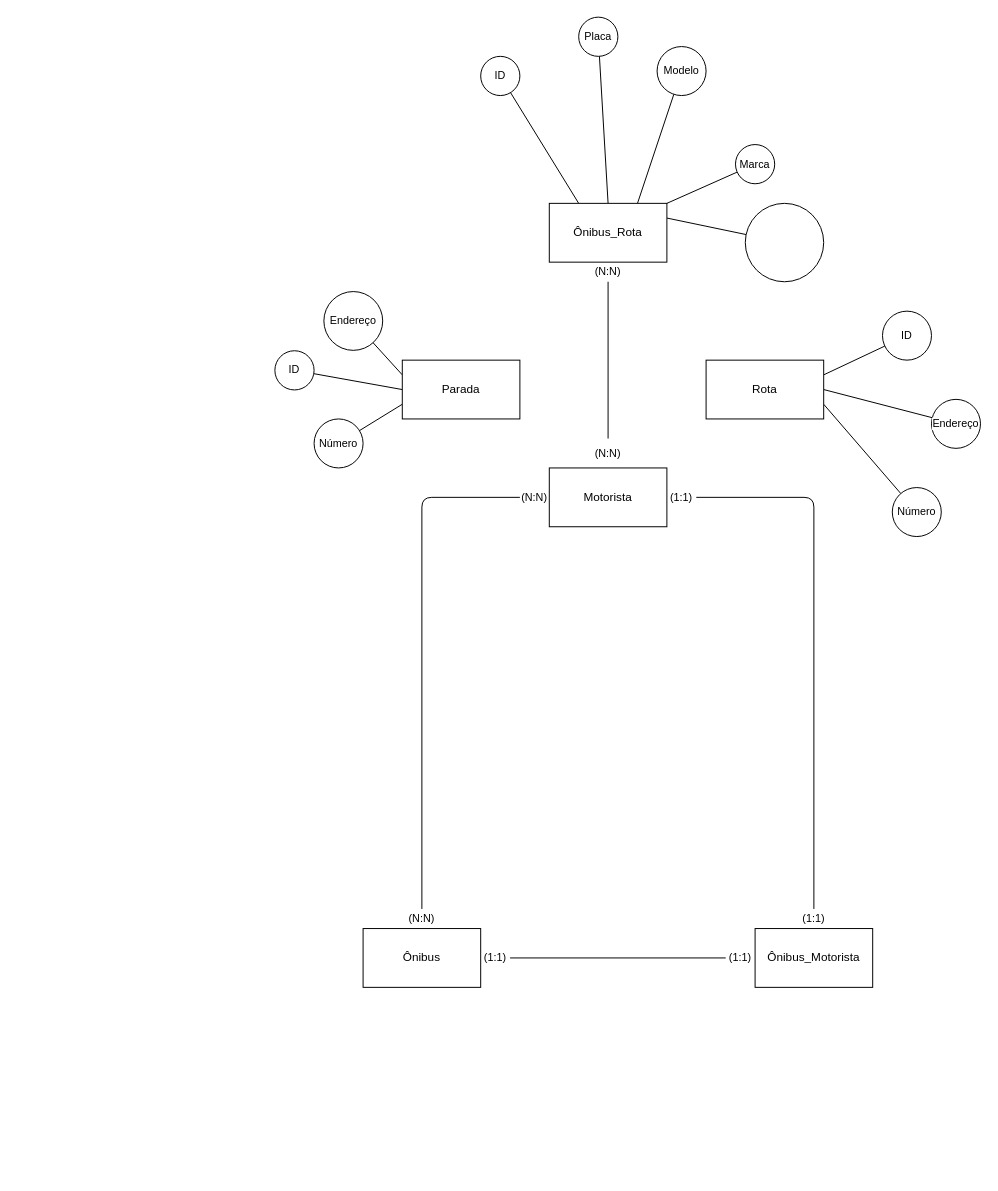
The draw.io diagram page "Sistema de Gestão de Transporte Público" (2 of 2) of BD/Exercicios_DER/exercicios_DER_3.drawio in marcel-aita/DEVNOITE, before the edit. Source tidied: cells renumbered, new cells numbered last; positions are measured from the earlier drawing's top-left corner, leaving out a move shared by most shapes. Both pictures are drawn from the tidied source at 98%, with x=0, y=0 at pixel (274, 17).
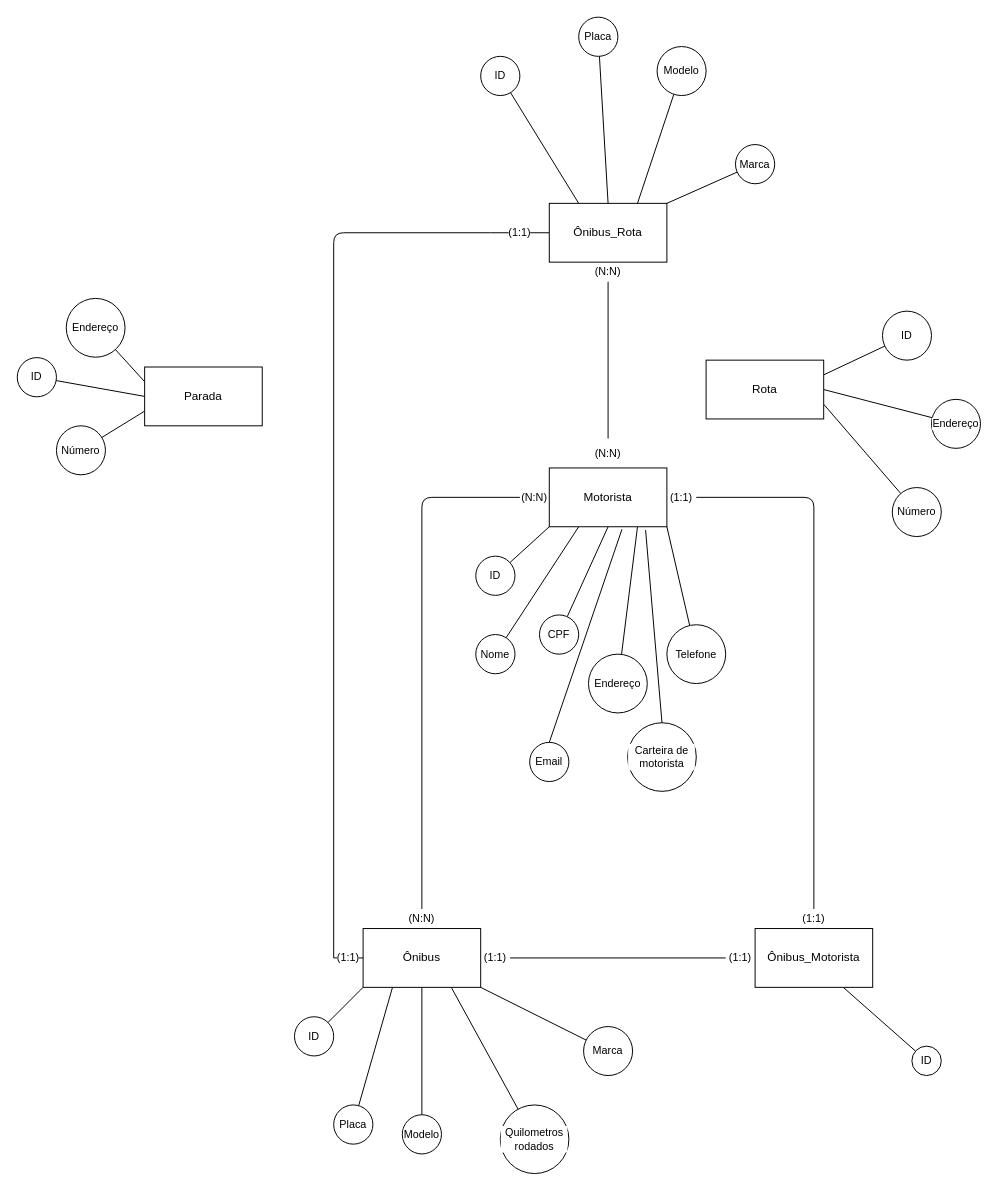
After the change.

Unchanged cells that the change refers to:
```xml
<mxCell id="5" value="Motorista" style="rounded=0;whiteSpace=wrap;html=1;" parent="1" vertex="1">
  <mxGeometry x="280" y="460" width="120" height="60" as="geometry" />
</mxCell>
<mxCell id="7" value="Ônibus" style="rounded=0;whiteSpace=wrap;html=1;" parent="1" vertex="1">
  <mxGeometry x="90" y="930" width="120" height="60" as="geometry" />
</mxCell>
<mxCell id="8" value="Ônibus_Motorista" style="rounded=0;whiteSpace=wrap;html=1;" parent="1" vertex="1">
  <mxGeometry x="490" y="930" width="120" height="60" as="geometry" />
</mxCell>
<mxCell id="18" value="Ônibus_Rota" style="rounded=0;whiteSpace=wrap;html=1;" parent="1" vertex="1">
  <mxGeometry x="280" y="190" width="120" height="60" as="geometry" />
</mxCell>
<mxCell id="24" value="(N:N)" style="text;html=1;align=center;verticalAlign=middle;whiteSpace=wrap;rounded=0;fontFamily=Helvetica;fontSize=11;fontColor=default;labelBackgroundColor=default;" parent="1" vertex="1">
  <mxGeometry x="250" y="475" width="30" height="30" as="geometry" />
</mxCell>
```

The edit, as a diff of the source:
```diff
@@
+    <mxCell id="50" style="edgeStyle=none;shape=connector;rounded=1;html=1;exitX=0;exitY=1;exitDx=0;exitDy=0;strokeColor=default;align=center;verticalAlign=middle;fontFamily=Helvetica;fontSize=11;fontColor=default;labelBackgroundColor=default;endArrow=none;endFill=0;" parent="1" edge="1" source="5" target="71">
+      <mxGeometry relative="1" as="geometry" />
+    </mxCell>
+    <mxCell id="51" style="edgeStyle=none;shape=connector;rounded=1;html=1;exitX=0.25;exitY=1;exitDx=0;exitDy=0;strokeColor=default;align=center;verticalAlign=middle;fontFamily=Helvetica;fontSize=11;fontColor=default;labelBackgroundColor=default;endArrow=none;endFill=0;" parent="1" edge="1" source="5" target="72">
+      <mxGeometry relative="1" as="geometry" />
+    </mxCell>
+    <mxCell id="52" style="edgeStyle=none;shape=connector;rounded=1;html=1;exitX=0.5;exitY=1;exitDx=0;exitDy=0;strokeColor=default;align=center;verticalAlign=middle;fontFamily=Helvetica;fontSize=11;fontColor=default;labelBackgroundColor=default;endArrow=none;endFill=0;" parent="1" edge="1" source="5" target="73">
+      <mxGeometry relative="1" as="geometry" />
+    </mxCell>
+    <mxCell id="53" style="edgeStyle=none;shape=connector;rounded=1;html=1;exitX=0.75;exitY=1;exitDx=0;exitDy=0;strokeColor=default;align=center;verticalAlign=middle;fontFamily=Helvetica;fontSize=11;fontColor=default;labelBackgroundColor=default;endArrow=none;endFill=0;" parent="1" edge="1" source="5" target="74">
+      <mxGeometry relative="1" as="geometry" />
+    </mxCell>
+    <mxCell id="54" style="edgeStyle=none;shape=connector;rounded=1;html=1;exitX=1;exitY=1;exitDx=0;exitDy=0;strokeColor=default;align=center;verticalAlign=middle;fontFamily=Helvetica;fontSize=11;fontColor=default;labelBackgroundColor=default;endArrow=none;endFill=0;" parent="1" edge="1" source="5" target="75">
+      <mxGeometry relative="1" as="geometry" />
+    </mxCell>
@@
+    <mxCell id="55" style="edgeStyle=none;shape=connector;rounded=1;html=1;exitX=0;exitY=1;exitDx=0;exitDy=0;strokeColor=default;align=center;verticalAlign=middle;fontFamily=Helvetica;fontSize=11;fontColor=default;labelBackgroundColor=default;endArrow=none;endFill=0;" parent="1" edge="1" source="7" target="62">
+      <mxGeometry relative="1" as="geometry" />
+    </mxCell>
+    <mxCell id="56" style="edgeStyle=none;shape=connector;rounded=1;html=1;exitX=0.25;exitY=1;exitDx=0;exitDy=0;strokeColor=default;align=center;verticalAlign=middle;fontFamily=Helvetica;fontSize=11;fontColor=default;labelBackgroundColor=default;endArrow=none;endFill=0;" parent="1" edge="1" source="7" target="63">
+      <mxGeometry relative="1" as="geometry" />
+    </mxCell>
+    <mxCell id="57" style="edgeStyle=none;shape=connector;rounded=1;html=1;exitX=0.5;exitY=1;exitDx=0;exitDy=0;strokeColor=default;align=center;verticalAlign=middle;fontFamily=Helvetica;fontSize=11;fontColor=default;labelBackgroundColor=default;endArrow=none;endFill=0;" parent="1" edge="1" source="7" target="64">
+      <mxGeometry relative="1" as="geometry" />
+    </mxCell>
+    <mxCell id="58" style="edgeStyle=none;shape=connector;rounded=1;html=1;exitX=1;exitY=1;exitDx=0;exitDy=0;strokeColor=default;align=center;verticalAlign=middle;fontFamily=Helvetica;fontSize=11;fontColor=default;labelBackgroundColor=default;endArrow=none;endFill=0;" parent="1" edge="1" source="7" target="65">
+      <mxGeometry relative="1" as="geometry" />
+    </mxCell>
+    <mxCell id="59" style="edgeStyle=none;shape=connector;rounded=1;html=1;exitX=0.75;exitY=1;exitDx=0;exitDy=0;strokeColor=default;align=center;verticalAlign=middle;fontFamily=Helvetica;fontSize=11;fontColor=default;labelBackgroundColor=default;endArrow=none;endFill=0;" parent="1" edge="1" source="7" target="66">
+      <mxGeometry relative="1" as="geometry" />
+    </mxCell>
+    <mxCell id="60" style="edgeStyle=none;shape=connector;rounded=1;html=1;exitX=0;exitY=0.5;exitDx=0;exitDy=0;entryX=0;entryY=0.5;entryDx=0;entryDy=0;strokeColor=default;align=center;verticalAlign=middle;fontFamily=Helvetica;fontSize=11;fontColor=default;labelBackgroundColor=default;endArrow=none;endFill=0;" parent="1" edge="1" source="70" target="18">
+      <mxGeometry relative="1" as="geometry" />
+    </mxCell>
@@
+    <mxCell id="61" style="edgeStyle=none;shape=connector;rounded=1;html=1;exitX=0.75;exitY=1;exitDx=0;exitDy=0;strokeColor=default;align=center;verticalAlign=middle;fontFamily=Helvetica;fontSize=11;fontColor=default;labelBackgroundColor=default;endArrow=none;endFill=0;" parent="1" edge="1" source="8" target="80">
+      <mxGeometry relative="1" as="geometry" />
+    </mxCell>
@@
-    <mxCell id="17" style="edgeStyle=none;shape=connector;rounded=1;html=1;exitX=1;exitY=0.25;exitDx=0;exitDy=0;strokeColor=default;align=center;verticalAlign=middle;fontFamily=Helvetica;fontSize=11;fontColor=default;labelBackgroundColor=default;endArrow=none;endFill=0;" parent="1" edge="1" source="18" target="49">
-      <mxGeometry relative="1" as="geometry" />
-    </mxCell>
@@
     <mxCell id="22" value="Parada" style="rounded=0;whiteSpace=wrap;html=1;" parent="1" vertex="1">
-      <mxGeometry x="130" y="350" width="120" height="60" as="geometry" />
+      <mxGeometry x="-132.9" y="357" width="120" height="60" as="geometry" />
     </mxCell>
-    <mxCell id="23" style="edgeStyle=none;shape=connector;rounded=1;html=1;exitX=0;exitY=0.5;exitDx=0;exitDy=0;entryX=1;entryY=0.5;entryDx=0;entryDy=0;strokeColor=default;align=center;verticalAlign=middle;fontFamily=Helvetica;fontSize=11;fontColor=default;labelBackgroundColor=default;endArrow=none;endFill=0;" parent="1" edge="1" source="5" target="24">
-      <mxGeometry relative="1" as="geometry" />
+    <mxCell id="23" style="edgeStyle=none;shape=connector;rounded=1;html=1;exitX=0;exitY=0.5;exitDx=0;exitDy=0;entryX=1;entryY=0.5;entryDx=0;entryDy=0;strokeColor=default;align=center;verticalAlign=middle;fontFamily=Helvetica;fontSize=11;fontColor=default;labelBackgroundColor=default;endArrow=none;endFill=0;" parent="1" edge="1">
+      <mxGeometry relative="1" as="geometry">
+        <mxPoint x="17.1" y="497" as="sourcePoint" />
+        <mxPoint x="17.1" y="497" as="targetPoint" />
+      </mxGeometry>
     </mxCell>
@@
     <mxCell id="39" value="ID" style="ellipse;whiteSpace=wrap;html=1;fontFamily=Helvetica;fontSize=11;fontColor=default;labelBackgroundColor=default;" parent="1" vertex="1">
-      <mxGeometry y="340.4" width="40" height="40" as="geometry" />
+      <mxGeometry x="-262.9" y="347.4" width="40" height="40" as="geometry" />
     </mxCell>
     <mxCell id="40" value="Endereço" style="ellipse;whiteSpace=wrap;html=1;fontFamily=Helvetica;fontSize=11;fontColor=default;labelBackgroundColor=default;" parent="1" vertex="1">
-      <mxGeometry x="50" y="280" width="60" height="60" as="geometry" />
+      <mxGeometry x="-212.9" y="287" width="60" height="60" as="geometry" />
     </mxCell>
     <mxCell id="41" value="Número" style="ellipse;whiteSpace=wrap;html=1;fontFamily=Helvetica;fontSize=11;fontColor=default;labelBackgroundColor=default;" parent="1" vertex="1">
-      <mxGeometry x="40" y="410" width="50" height="50" as="geometry" />
+      <mxGeometry x="-222.9" y="417" width="50" height="50" as="geometry" />
     </mxCell>
@@
-    <mxCell id="49" style="ellipse;whiteSpace=wrap;html=1;fontFamily=Helvetica;fontSize=11;fontColor=default;labelBackgroundColor=default;" parent="1" vertex="1">
-      <mxGeometry x="480" y="190" width="80" height="80" as="geometry" />
-    </mxCell>
+    <mxCell id="62" value="ID" style="ellipse;whiteSpace=wrap;html=1;fontFamily=Helvetica;fontSize=11;fontColor=default;labelBackgroundColor=default;" parent="1" vertex="1">
+      <mxGeometry x="20" y="1020" width="40" height="40" as="geometry" />
+    </mxCell>
+    <mxCell id="63" value="Placa" style="ellipse;whiteSpace=wrap;html=1;fontFamily=Helvetica;fontSize=11;fontColor=default;labelBackgroundColor=default;" parent="1" vertex="1">
+      <mxGeometry x="60" y="1110" width="40" height="40" as="geometry" />
+    </mxCell>
+    <mxCell id="64" value="Modelo" style="ellipse;whiteSpace=wrap;html=1;fontFamily=Helvetica;fontSize=11;fontColor=default;labelBackgroundColor=default;" parent="1" vertex="1">
+      <mxGeometry x="130" y="1120" width="40" height="40" as="geometry" />
+    </mxCell>
+    <mxCell id="65" value="Marca" style="ellipse;whiteSpace=wrap;html=1;fontFamily=Helvetica;fontSize=11;fontColor=default;labelBackgroundColor=default;" parent="1" vertex="1">
+      <mxGeometry x="315" y="1030" width="50" height="50" as="geometry" />
+    </mxCell>
+    <mxCell id="66" value="Quilometros rodados" style="ellipse;whiteSpace=wrap;html=1;fontFamily=Helvetica;fontSize=11;fontColor=default;labelBackgroundColor=default;" parent="1" vertex="1">
+      <mxGeometry x="230" y="1110" width="70" height="70" as="geometry" />
+    </mxCell>
+    <mxCell id="67" style="edgeStyle=none;shape=connector;rounded=1;html=1;exitX=0;exitY=0.5;exitDx=0;exitDy=0;entryX=0;entryY=0.5;entryDx=0;entryDy=0;strokeColor=default;align=center;verticalAlign=middle;fontFamily=Helvetica;fontSize=11;fontColor=default;labelBackgroundColor=default;endArrow=none;endFill=0;" parent="1" edge="1" source="7" target="68">
+      <mxGeometry relative="1" as="geometry" />
+    </mxCell>
+    <mxCell id="68" value="(1:1)" style="text;html=1;align=center;verticalAlign=middle;whiteSpace=wrap;rounded=0;fontFamily=Helvetica;fontSize=11;fontColor=default;labelBackgroundColor=default;" parent="1" vertex="1">
+      <mxGeometry x="60" y="945" width="30" height="30" as="geometry" />
+    </mxCell>
+    <mxCell id="69" style="edgeStyle=none;shape=connector;rounded=1;html=1;exitX=0;exitY=0.5;exitDx=0;exitDy=0;entryX=0;entryY=0.5;entryDx=0;entryDy=0;strokeColor=default;align=center;verticalAlign=middle;fontFamily=Helvetica;fontSize=11;fontColor=default;labelBackgroundColor=default;endArrow=none;endFill=0;" parent="1" edge="1" source="68" target="70">
+      <mxGeometry relative="1" as="geometry">
+        <Array as="points">
+          <mxPoint x="60" y="220" />
+        </Array>
+      </mxGeometry>
+    </mxCell>
+    <mxCell id="70" value="(1:1)" style="text;html=1;align=center;verticalAlign=middle;whiteSpace=wrap;rounded=0;fontFamily=Helvetica;fontSize=11;fontColor=default;labelBackgroundColor=default;" parent="1" vertex="1">
+      <mxGeometry x="220" y="205" width="60" height="30" as="geometry" />
+    </mxCell>
+    <mxCell id="71" value="ID" style="ellipse;whiteSpace=wrap;html=1;fontFamily=Helvetica;fontSize=11;fontColor=default;labelBackgroundColor=default;" parent="1" vertex="1">
+      <mxGeometry x="205" y="550" width="40" height="40" as="geometry" />
+    </mxCell>
+    <mxCell id="72" value="Nome" style="ellipse;whiteSpace=wrap;html=1;fontFamily=Helvetica;fontSize=11;fontColor=default;labelBackgroundColor=default;" parent="1" vertex="1">
+      <mxGeometry x="205" y="630" width="40" height="40" as="geometry" />
+    </mxCell>
+    <mxCell id="73" value="CPF" style="ellipse;whiteSpace=wrap;html=1;fontFamily=Helvetica;fontSize=11;fontColor=default;labelBackgroundColor=default;" parent="1" vertex="1">
+      <mxGeometry x="270" y="610" width="40" height="40" as="geometry" />
+    </mxCell>
+    <mxCell id="74" value="Endereço" style="ellipse;whiteSpace=wrap;html=1;fontFamily=Helvetica;fontSize=11;fontColor=default;labelBackgroundColor=default;" parent="1" vertex="1">
+      <mxGeometry x="320" y="650" width="60" height="60" as="geometry" />
+    </mxCell>
+    <mxCell id="75" value="Telefone" style="ellipse;whiteSpace=wrap;html=1;fontFamily=Helvetica;fontSize=11;fontColor=default;labelBackgroundColor=default;" parent="1" vertex="1">
+      <mxGeometry x="400" y="620" width="60" height="60" as="geometry" />
+    </mxCell>
+    <mxCell id="76" value="Email" style="ellipse;whiteSpace=wrap;html=1;fontFamily=Helvetica;fontSize=11;fontColor=default;labelBackgroundColor=default;" parent="1" vertex="1">
+      <mxGeometry x="260" y="740" width="40" height="40" as="geometry" />
+    </mxCell>
+    <mxCell id="77" style="edgeStyle=none;shape=connector;rounded=1;html=1;exitX=0.5;exitY=0;exitDx=0;exitDy=0;entryX=0.618;entryY=1.044;entryDx=0;entryDy=0;entryPerimeter=0;strokeColor=default;align=center;verticalAlign=middle;fontFamily=Helvetica;fontSize=11;fontColor=default;labelBackgroundColor=default;endArrow=none;endFill=0;" parent="1" edge="1" source="76" target="5">
+      <mxGeometry relative="1" as="geometry" />
+    </mxCell>
+    <mxCell id="78" value="Carteira de motorista" style="ellipse;whiteSpace=wrap;html=1;fontFamily=Helvetica;fontSize=11;fontColor=default;labelBackgroundColor=default;" parent="1" vertex="1">
+      <mxGeometry x="360" y="720" width="70" height="70" as="geometry" />
+    </mxCell>
+    <mxCell id="79" style="edgeStyle=none;shape=connector;rounded=1;html=1;exitX=0.5;exitY=0;exitDx=0;exitDy=0;entryX=0.819;entryY=1.058;entryDx=0;entryDy=0;entryPerimeter=0;strokeColor=default;align=center;verticalAlign=middle;fontFamily=Helvetica;fontSize=11;fontColor=default;labelBackgroundColor=default;endArrow=none;endFill=0;" parent="1" edge="1" source="78" target="5">
+      <mxGeometry relative="1" as="geometry" />
+    </mxCell>
+    <mxCell id="80" value="ID" style="ellipse;whiteSpace=wrap;html=1;fontFamily=Helvetica;fontSize=11;fontColor=default;labelBackgroundColor=default;" parent="1" vertex="1">
+      <mxGeometry x="650" y="1050" width="30" height="30" as="geometry" />
+    </mxCell>
```
